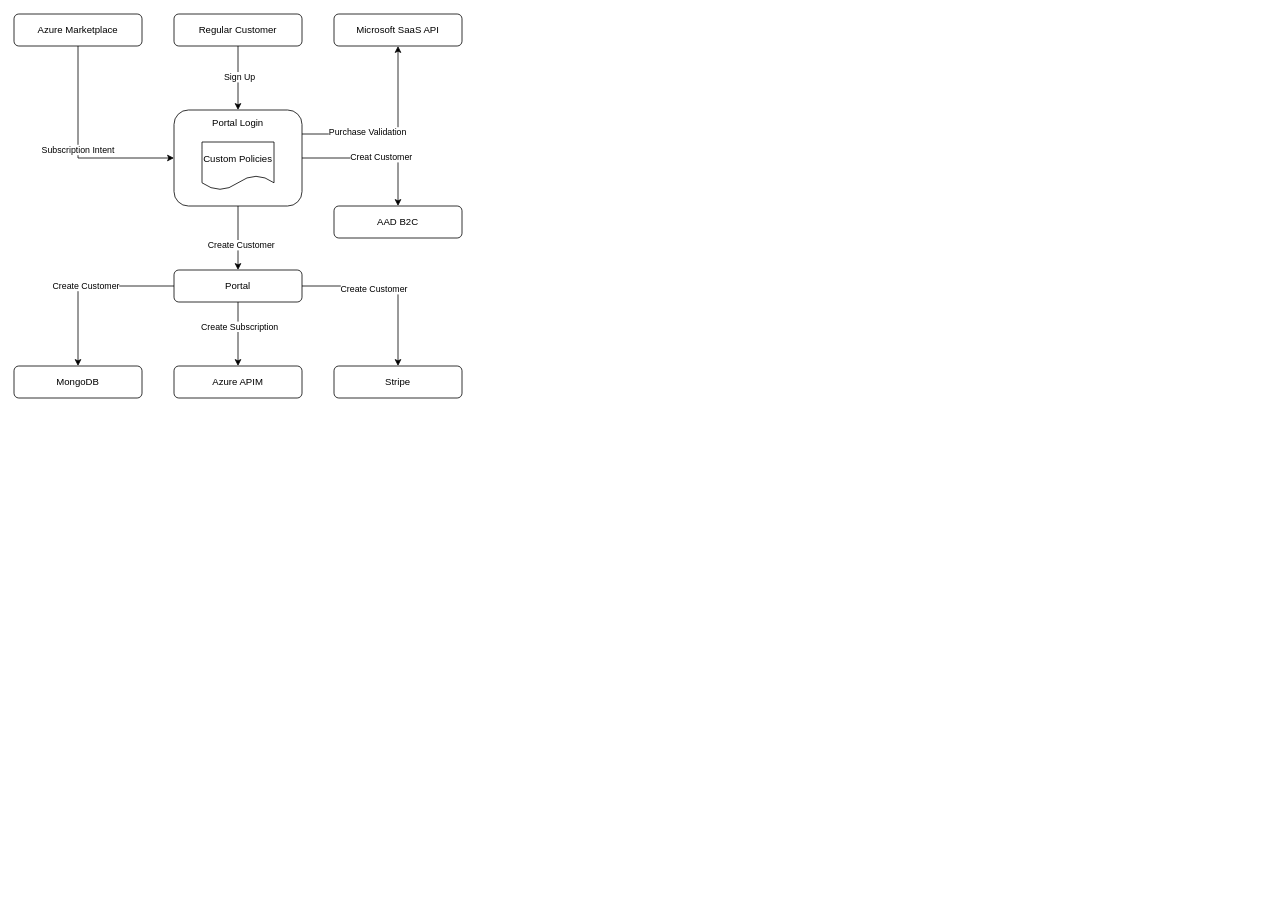
Earlier version of the draw.io diagram azure-marketplace-integration.drawio (fredyeah/diagrams). Source tidied: cells renumbered, new cells numbered last; positions are measured from the earlier drawing's top-left corner, leaving out a move shared by most shapes. Both pictures are drawn from the tidied source at 80%, with x=0, y=0 at pixel (14, 14).
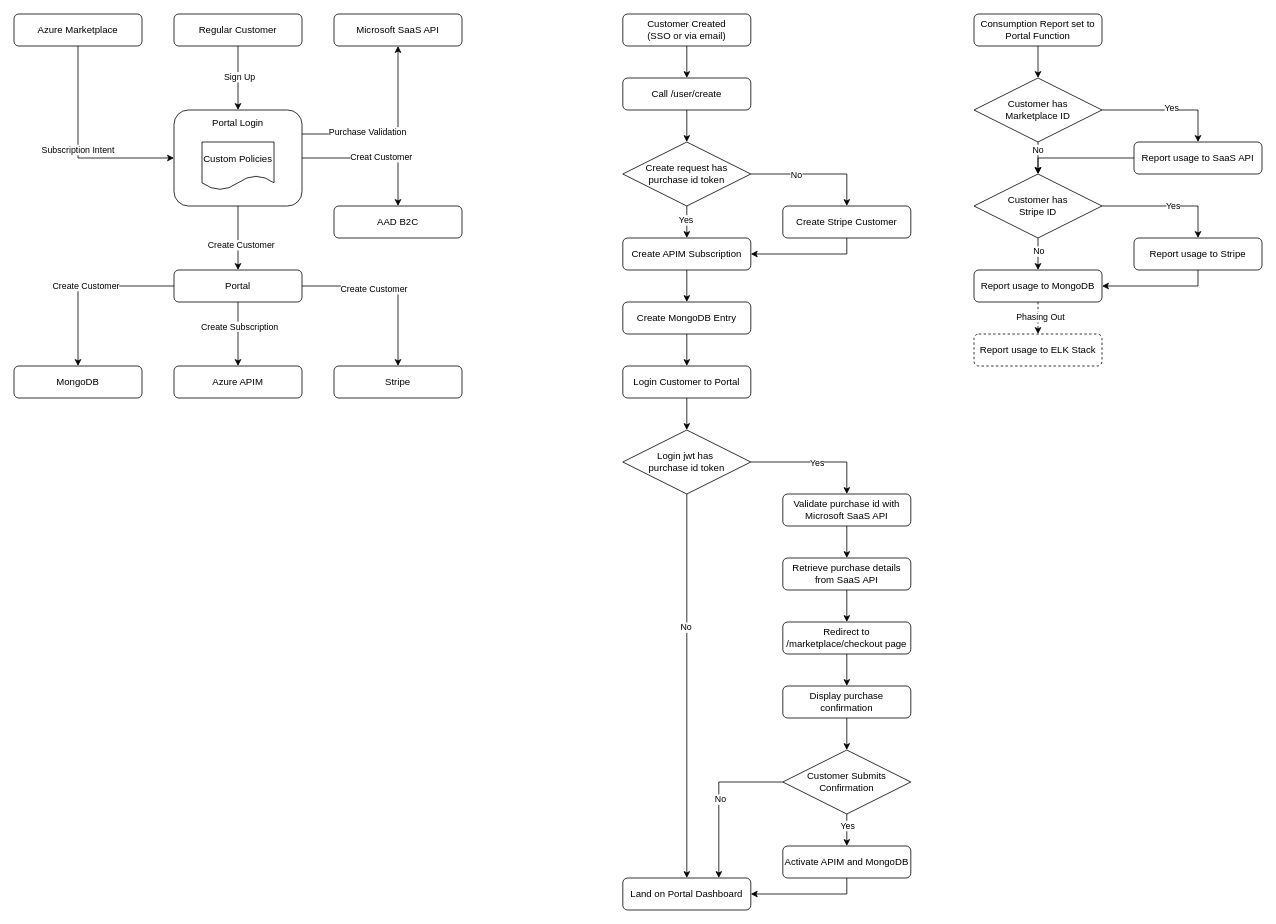
After the change.

What changed in the source:
```diff
@@
+    <mxCell id="26" style="edgeStyle=orthogonalEdgeStyle;rounded=0;jettySize=auto;html=1;entryX=0.5;entryY=0;entryDx=0;entryDy=0;" parent="1" edge="1" source="27" target="34">
+      <mxGeometry relative="1" as="geometry" />
+    </mxCell>
+    <mxCell id="27" value="Customer Created &lt;br&gt;(SSO or via email)" style="rounded=1;whiteSpace=wrap;html=1;" parent="1" vertex="1">
+      <mxGeometry x="761" width="160" height="40" as="geometry" />
+    </mxCell>
+    <mxCell id="28" style="edgeStyle=orthogonalEdgeStyle;rounded=0;jettySize=auto;html=1;entryX=0.5;entryY=0;entryDx=0;entryDy=0;" parent="1" edge="1" source="32" target="40">
+      <mxGeometry relative="1" as="geometry" />
+    </mxCell>
+    <mxCell id="29" value="No" style="edgeLabel;html=1;align=center;verticalAlign=middle;" parent="28" vertex="1">
+      <mxGeometry x="-0.3" relative="1" as="geometry" />
+    </mxCell>
+    <mxCell id="30" style="edgeStyle=orthogonalEdgeStyle;rounded=0;jettySize=auto;html=1;entryX=0.5;entryY=0;entryDx=0;entryDy=0;" parent="1" edge="1" source="32" target="36">
+      <mxGeometry relative="1" as="geometry" />
+    </mxCell>
+    <mxCell id="31" value="Yes" style="edgeLabel;html=1;align=center;verticalAlign=middle;" parent="30" vertex="1">
+      <mxGeometry x="-0.17" y="-2" relative="1" as="geometry" />
+    </mxCell>
+    <mxCell id="32" value="Create request has &lt;br&gt;purchase id token" style="rhombus;whiteSpace=wrap;html=1;" parent="1" vertex="1">
+      <mxGeometry x="761" y="160" width="160" height="80" as="geometry" />
+    </mxCell>
+    <mxCell id="33" style="edgeStyle=orthogonalEdgeStyle;rounded=0;jettySize=auto;html=1;entryX=0.5;entryY=0;entryDx=0;entryDy=0;" parent="1" edge="1" source="34" target="32">
+      <mxGeometry relative="1" as="geometry" />
+    </mxCell>
+    <mxCell id="34" value="Call /user/create" style="rounded=1;whiteSpace=wrap;html=1;" parent="1" vertex="1">
+      <mxGeometry x="761" y="80" width="160" height="40" as="geometry" />
+    </mxCell>
+    <mxCell id="35" style="edgeStyle=orthogonalEdgeStyle;rounded=0;jettySize=auto;html=1;entryX=0.5;entryY=0;entryDx=0;entryDy=0;" parent="1" edge="1" source="36" target="38">
+      <mxGeometry relative="1" as="geometry" />
+    </mxCell>
+    <mxCell id="36" value="Create APIM Subscription" style="rounded=1;whiteSpace=wrap;html=1;" parent="1" vertex="1">
+      <mxGeometry x="761" y="280" width="160" height="40" as="geometry" />
+    </mxCell>
+    <mxCell id="37" style="edgeStyle=orthogonalEdgeStyle;rounded=0;jettySize=auto;html=1;entryX=0.5;entryY=0;entryDx=0;entryDy=0;" parent="1" edge="1" source="38" target="42">
+      <mxGeometry relative="1" as="geometry" />
+    </mxCell>
+    <mxCell id="38" value="Create MongoDB Entry" style="rounded=1;whiteSpace=wrap;html=1;" parent="1" vertex="1">
+      <mxGeometry x="761" y="360" width="160" height="40" as="geometry" />
+    </mxCell>
+    <mxCell id="39" style="edgeStyle=orthogonalEdgeStyle;rounded=0;jettySize=auto;html=1;entryX=1;entryY=0.5;entryDx=0;entryDy=0;exitX=0.5;exitY=1;exitDx=0;exitDy=0;" parent="1" edge="1" source="40" target="36">
+      <mxGeometry relative="1" as="geometry" />
+    </mxCell>
+    <mxCell id="40" value="Create Stripe Customer" style="rounded=1;whiteSpace=wrap;html=1;" parent="1" vertex="1">
+      <mxGeometry x="961" y="240" width="160" height="40" as="geometry" />
+    </mxCell>
+    <mxCell id="41" style="edgeStyle=orthogonalEdgeStyle;rounded=0;jettySize=auto;html=1;entryX=0.5;entryY=0;entryDx=0;entryDy=0;" parent="1" edge="1" source="42" target="47">
+      <mxGeometry relative="1" as="geometry" />
+    </mxCell>
+    <mxCell id="42" value="Login Customer to Portal" style="rounded=1;whiteSpace=wrap;html=1;" parent="1" vertex="1">
+      <mxGeometry x="761" y="440" width="160" height="40" as="geometry" />
+    </mxCell>
+    <mxCell id="43" style="edgeStyle=orthogonalEdgeStyle;rounded=0;jettySize=auto;html=1;entryX=0.5;entryY=0;entryDx=0;entryDy=0;" parent="1" edge="1" source="47" target="48">
+      <mxGeometry relative="1" as="geometry" />
+    </mxCell>
+    <mxCell id="44" value="No" style="edgeLabel;html=1;align=center;verticalAlign=middle;" parent="43" vertex="1">
+      <mxGeometry x="-0.31" y="-2" relative="1" as="geometry" />
+    </mxCell>
+    <mxCell id="45" style="edgeStyle=orthogonalEdgeStyle;rounded=0;jettySize=auto;html=1;entryX=0.5;entryY=0;entryDx=0;entryDy=0;" parent="1" edge="1" source="47" target="50">
+      <mxGeometry relative="1" as="geometry" />
+    </mxCell>
+    <mxCell id="46" value="Yes" style="edgeLabel;html=1;align=center;verticalAlign=middle;" parent="45" vertex="1">
+      <mxGeometry x="0.02" y="-1" relative="1" as="geometry" />
+    </mxCell>
+    <mxCell id="47" value="Login jwt has&amp;nbsp;&lt;br&gt;purchase id token" style="rhombus;whiteSpace=wrap;html=1;" parent="1" vertex="1">
+      <mxGeometry x="761" y="520" width="160" height="80" as="geometry" />
+    </mxCell>
+    <mxCell id="48" value="Land on Portal Dashboard" style="rounded=1;whiteSpace=wrap;html=1;" parent="1" vertex="1">
+      <mxGeometry x="761" y="1080" width="160" height="40" as="geometry" />
+    </mxCell>
+    <mxCell id="49" style="edgeStyle=orthogonalEdgeStyle;rounded=0;jettySize=auto;html=1;entryX=0.5;entryY=0;entryDx=0;entryDy=0;" parent="1" edge="1" source="50" target="52">
+      <mxGeometry relative="1" as="geometry" />
+    </mxCell>
+    <mxCell id="50" value="Validate purchase id with&lt;br&gt;Microsoft SaaS API" style="rounded=1;whiteSpace=wrap;html=1;" parent="1" vertex="1">
+      <mxGeometry x="961" y="600" width="160" height="40" as="geometry" />
+    </mxCell>
+    <mxCell id="51" style="edgeStyle=orthogonalEdgeStyle;rounded=0;jettySize=auto;html=1;" parent="1" edge="1" source="52" target="54">
+      <mxGeometry relative="1" as="geometry" />
+    </mxCell>
+    <mxCell id="52" value="Retrieve purchase details&lt;br&gt;from SaaS API" style="rounded=1;whiteSpace=wrap;html=1;" parent="1" vertex="1">
+      <mxGeometry x="961" y="680" width="160" height="40" as="geometry" />
+    </mxCell>
+    <mxCell id="53" style="edgeStyle=orthogonalEdgeStyle;rounded=0;jettySize=auto;html=1;entryX=0.5;entryY=0;entryDx=0;entryDy=0;" parent="1" edge="1" source="54" target="56">
+      <mxGeometry relative="1" as="geometry" />
+    </mxCell>
+    <mxCell id="54" value="Redirect to &lt;br&gt;/marketplace/checkout page" style="rounded=1;whiteSpace=wrap;html=1;" parent="1" vertex="1">
+      <mxGeometry x="961" y="760" width="160" height="40" as="geometry" />
+    </mxCell>
+    <mxCell id="55" style="edgeStyle=orthogonalEdgeStyle;rounded=0;jettySize=auto;html=1;entryX=0.5;entryY=0;entryDx=0;entryDy=0;" parent="1" edge="1" source="56" target="61">
+      <mxGeometry relative="1" as="geometry" />
+    </mxCell>
+    <mxCell id="56" value="Display purchase confirmation" style="rounded=1;whiteSpace=wrap;html=1;" parent="1" vertex="1">
+      <mxGeometry x="961" y="840" width="160" height="40" as="geometry" />
+    </mxCell>
+    <mxCell id="57" style="edgeStyle=orthogonalEdgeStyle;rounded=0;jettySize=auto;html=1;entryX=0.5;entryY=0;entryDx=0;entryDy=0;" parent="1" edge="1" source="61" target="63">
+      <mxGeometry relative="1" as="geometry" />
+    </mxCell>
+    <mxCell id="58" value="Yes" style="edgeLabel;html=1;align=center;verticalAlign=middle;" parent="57" vertex="1">
+      <mxGeometry x="-0.31" y="-1" relative="1" as="geometry">
+        <mxPoint x="1" as="offset" />
+      </mxGeometry>
+    </mxCell>
+    <mxCell id="59" style="edgeStyle=orthogonalEdgeStyle;rounded=0;jettySize=auto;html=1;entryX=0.75;entryY=0;entryDx=0;entryDy=0;" parent="1" edge="1" source="61" target="48">
+      <mxGeometry relative="1" as="geometry" />
+    </mxCell>
+    <mxCell id="60" value="No" style="edgeLabel;html=1;align=center;verticalAlign=middle;" parent="59" vertex="1">
+      <mxGeometry x="0.01" y="1" relative="1" as="geometry" />
+    </mxCell>
+    <mxCell id="61" value="Customer Submits&lt;br&gt;Confirmation" style="rhombus;whiteSpace=wrap;html=1;" parent="1" vertex="1">
+      <mxGeometry x="961" y="920" width="160" height="80" as="geometry" />
+    </mxCell>
+    <mxCell id="62" style="edgeStyle=orthogonalEdgeStyle;rounded=0;jettySize=auto;html=1;entryX=1;entryY=0.5;entryDx=0;entryDy=0;exitX=0.5;exitY=1;exitDx=0;exitDy=0;" parent="1" edge="1" source="63" target="48">
+      <mxGeometry relative="1" as="geometry" />
+    </mxCell>
+    <mxCell id="63" value="Activate APIM and MongoDB" style="rounded=1;whiteSpace=wrap;html=1;" parent="1" vertex="1">
+      <mxGeometry x="961" y="1040" width="160" height="40" as="geometry" />
+    </mxCell>
+    <mxCell id="64" style="edgeStyle=orthogonalEdgeStyle;rounded=0;jettySize=auto;html=1;entryX=0.5;entryY=0;entryDx=0;entryDy=0;" parent="1" edge="1" source="65" target="69">
+      <mxGeometry relative="1" as="geometry" />
+    </mxCell>
+    <mxCell id="65" value="Consumption Report set to Portal Function" style="rounded=1;whiteSpace=wrap;html=1;" parent="1" vertex="1">
+      <mxGeometry x="1200" width="160" height="40" as="geometry" />
+    </mxCell>
+    <mxCell id="66" value="No" style="edgeStyle=orthogonalEdgeStyle;rounded=0;jettySize=auto;html=1;entryX=0.5;entryY=0;entryDx=0;entryDy=0;" parent="1" edge="1" source="69" target="74">
+      <mxGeometry x="-0.5" relative="1" as="geometry" />
+    </mxCell>
+    <mxCell id="67" style="edgeStyle=orthogonalEdgeStyle;rounded=0;jettySize=auto;html=1;entryX=0.5;entryY=0;entryDx=0;entryDy=0;" parent="1" edge="1" source="69" target="76">
+      <mxGeometry relative="1" as="geometry" />
+    </mxCell>
+    <mxCell id="68" value="Yes" style="edgeLabel;html=1;align=center;verticalAlign=middle;" parent="67" vertex="1">
+      <mxGeometry x="0.08" y="3" relative="1" as="geometry" />
+    </mxCell>
+    <mxCell id="69" value="Customer has &lt;br&gt;Marketplace ID" style="rhombus;whiteSpace=wrap;html=1;" parent="1" vertex="1">
+      <mxGeometry x="1200" y="80" width="160" height="80" as="geometry" />
+    </mxCell>
+    <mxCell id="70" style="edgeStyle=orthogonalEdgeStyle;rounded=0;jettySize=auto;html=1;entryX=0.5;entryY=0;entryDx=0;entryDy=0;" parent="1" edge="1" source="74" target="78">
+      <mxGeometry relative="1" as="geometry" />
+    </mxCell>
+    <mxCell id="71" value="Yes" style="edgeLabel;html=1;align=center;verticalAlign=middle;" parent="70" vertex="1">
+      <mxGeometry x="0.1" y="1" relative="1" as="geometry" />
+    </mxCell>
+    <mxCell id="72" style="edgeStyle=orthogonalEdgeStyle;rounded=0;jettySize=auto;html=1;entryX=0.5;entryY=0;entryDx=0;entryDy=0;" parent="1" edge="1" source="74" target="81">
+      <mxGeometry relative="1" as="geometry" />
+    </mxCell>
+    <mxCell id="73" value="No" style="edgeLabel;html=1;align=center;verticalAlign=middle;" parent="72" vertex="1">
+      <mxGeometry x="-0.22" relative="1" as="geometry" />
+    </mxCell>
+    <mxCell id="74" value="Customer has &lt;br&gt;Stripe ID" style="rhombus;whiteSpace=wrap;html=1;" parent="1" vertex="1">
+      <mxGeometry x="1200" y="200" width="160" height="80" as="geometry" />
+    </mxCell>
+    <mxCell id="75" style="edgeStyle=orthogonalEdgeStyle;rounded=0;jettySize=auto;html=1;entryX=0.5;entryY=0;entryDx=0;entryDy=0;" parent="1" edge="1" source="76" target="74">
+      <mxGeometry relative="1" as="geometry" />
+    </mxCell>
+    <mxCell id="76" value="Report usage to SaaS API" style="rounded=1;whiteSpace=wrap;html=1;" parent="1" vertex="1">
+      <mxGeometry x="1400" y="160" width="160" height="40" as="geometry" />
+    </mxCell>
+    <mxCell id="77" style="edgeStyle=orthogonalEdgeStyle;rounded=0;jettySize=auto;html=1;entryX=1;entryY=0.5;entryDx=0;entryDy=0;exitX=0.5;exitY=1;exitDx=0;exitDy=0;" parent="1" edge="1" source="78" target="81">
+      <mxGeometry relative="1" as="geometry" />
+    </mxCell>
+    <mxCell id="78" value="Report usage to Stripe" style="rounded=1;whiteSpace=wrap;html=1;" parent="1" vertex="1">
+      <mxGeometry x="1400" y="280" width="160" height="40" as="geometry" />
+    </mxCell>
+    <mxCell id="79" style="edgeStyle=orthogonalEdgeStyle;rounded=0;jettySize=auto;html=1;dashed=1;" parent="1" edge="1" source="81" target="82">
+      <mxGeometry relative="1" as="geometry" />
+    </mxCell>
+    <mxCell id="80" value="Phasing Out" style="edgeLabel;html=1;align=center;verticalAlign=middle;" parent="79" vertex="1">
+      <mxGeometry x="-0.11" y="2" relative="1" as="geometry" />
+    </mxCell>
+    <mxCell id="81" value="Report usage to MongoDB" style="rounded=1;whiteSpace=wrap;html=1;" parent="1" vertex="1">
+      <mxGeometry x="1200" y="320" width="160" height="40" as="geometry" />
+    </mxCell>
+    <mxCell id="82" value="Report usage to ELK Stack" style="rounded=1;whiteSpace=wrap;html=1;dashed=1;" parent="1" vertex="1">
+      <mxGeometry x="1200" y="400" width="160" height="40" as="geometry" />
+    </mxCell>
```
